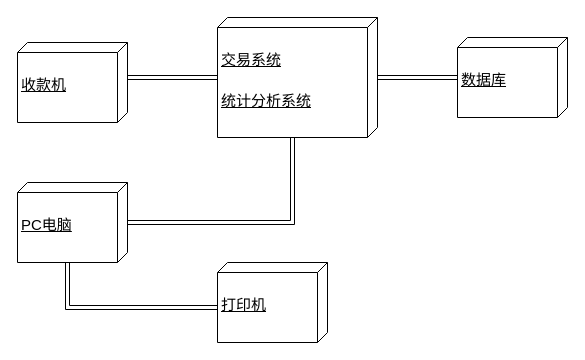
Before: 部署图.drawio in lw2003paul/book, a draw.io diagram. Source tidied: cells renumbered, new cells numbered last; positions are measured from the earlier drawing's top-left corner, leaving out a move shared by most shapes. Both pictures are drawn from the tidied source at 100%, with x=0, y=0 at pixel (17, 17).
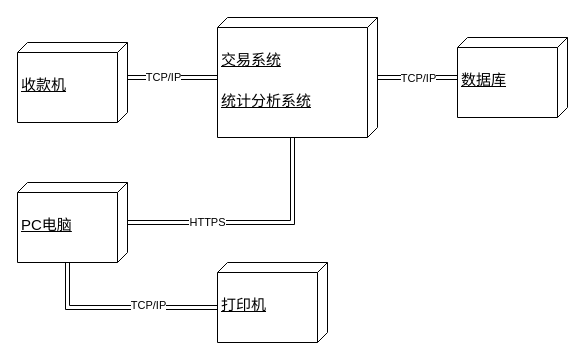
The same diagram, later.

Commit message (it also covers changes not shown here):
更新部署图.drawio

Diff of the diagram source:
```diff
@@
 <mxGraphModel>
   <root>
     <mxCell id="0" />
     <mxCell id="1" parent="0" />
     <mxCell id="2" style="edgeStyle=orthogonalEdgeStyle;rounded=0;jettySize=auto;html=1;exitX=0;exitY=0;exitDx=35;exitDy=0;exitPerimeter=0;shape=link;" parent="1" edge="1" source="3" target="9">
       <mxGeometry relative="1" as="geometry" />
     </mxCell>
+    <mxCell id="11" value="TCP/IP" style="edgeLabel;html=1;align=center;verticalAlign=middle;" parent="2" vertex="1">
+      <mxGeometry x="-0.22" y="1" relative="1" as="geometry" />
+    </mxCell>
     <mxCell id="3" value="&lt;p style=&quot;line-height: 170% ; font-size: 15px&quot;&gt;收款机&lt;/p&gt;" style="verticalAlign=top;align=left;spacingTop=8;spacingLeft=2;spacingRight=12;shape=cube;size=10;direction=south;fontStyle=4;html=1;" parent="1" vertex="1">
       <mxGeometry y="25" width="110" height="80" as="geometry" />
     </mxCell>
     <mxCell id="4" value="&lt;p style=&quot;line-height: 170% ; font-size: 15px&quot;&gt;打印机&lt;/p&gt;" style="verticalAlign=top;align=left;spacingTop=8;spacingLeft=2;spacingRight=12;shape=cube;size=10;direction=south;fontStyle=4;html=1;" parent="1" vertex="1">
       <mxGeometry x="200" y="245" width="110" height="80" as="geometry" />
     </mxCell>
-    <mxCell id="5" style="edgeStyle=orthogonalEdgeStyle;shape=link;rounded=0;jettySize=auto;html=1;entryX=0;entryY=0;entryDx=120;entryDy=85;entryPerimeter=0;" parent="1" edge="1" source="7" target="9">
-      <mxGeometry relative="1" as="geometry" />
+    <mxCell id="5" value="HTTPS" style="edgeStyle=orthogonalEdgeStyle;shape=link;rounded=0;jettySize=auto;html=1;entryX=0;entryY=0;entryDx=120;entryDy=85;entryPerimeter=0;" parent="1" edge="1" source="7" target="9">
+      <mxGeometry x="-0.36" relative="1" as="geometry" />
     </mxCell>
     <mxCell id="6" style="edgeStyle=orthogonalEdgeStyle;shape=link;rounded=0;jettySize=auto;html=1;entryX=0;entryY=0;entryDx=45;entryDy=110;entryPerimeter=0;exitX=0;exitY=0;exitDx=80;exitDy=60;exitPerimeter=0;" parent="1" edge="1" source="7" target="4">
       <mxGeometry relative="1" as="geometry" />
     </mxCell>
+    <mxCell id="12" value="TCP/IP" style="edgeLabel;html=1;align=center;verticalAlign=middle;" parent="6" vertex="1">
+      <mxGeometry x="-0.08" y="3" relative="1" as="geometry">
+        <mxPoint x="35" as="offset" />
+      </mxGeometry>
+    </mxCell>
     <mxCell id="7" value="&lt;p style=&quot;line-height: 170% ; font-size: 15px&quot;&gt;PC电脑&lt;/p&gt;" style="verticalAlign=top;align=left;spacingTop=8;spacingLeft=2;spacingRight=12;shape=cube;size=10;direction=south;fontStyle=4;html=1;" parent="1" vertex="1">
       <mxGeometry y="165" width="110" height="80" as="geometry" />
     </mxCell>
     <mxCell id="8" style="edgeStyle=orthogonalEdgeStyle;shape=link;rounded=0;jettySize=auto;html=1;" parent="1" edge="1" source="9" target="10">
       <mxGeometry relative="1" as="geometry" />
     </mxCell>
+    <mxCell id="13" value="TCP/IP" style="edgeLabel;html=1;align=center;verticalAlign=middle;" parent="8" vertex="1">
+      <mxGeometry x="-0.25" y="-4" relative="1" as="geometry">
+        <mxPoint x="10" y="-4" as="offset" />
+      </mxGeometry>
+    </mxCell>
     <mxCell id="9" value="&lt;p style=&quot;line-height: 170% ; font-size: 15px&quot;&gt;交易系统&lt;/p&gt;&lt;p style=&quot;line-height: 170% ; font-size: 15px&quot;&gt;统计分析系统&lt;/p&gt;&lt;p style=&quot;line-height: 170% ; font-size: 15px&quot;&gt;&lt;br&gt;&lt;/p&gt;" style="verticalAlign=top;align=left;spacingTop=8;spacingLeft=2;spacingRight=12;shape=cube;size=10;direction=south;fontStyle=4;html=1;" parent="1" vertex="1">
       <mxGeometry x="200" width="160" height="120" as="geometry" />
     </mxCell>
     <mxCell id="10" value="&lt;p style=&quot;line-height: 170% ; font-size: 15px&quot;&gt;数据库&lt;/p&gt;" style="verticalAlign=top;align=left;spacingTop=8;spacingLeft=2;spacingRight=12;shape=cube;size=10;direction=south;fontStyle=4;html=1;" parent="1" vertex="1">
       <mxGeometry x="440" y="20" width="110" height="80" as="geometry" />
     </mxCell>
   </root>
 </mxGraphModel>
```
